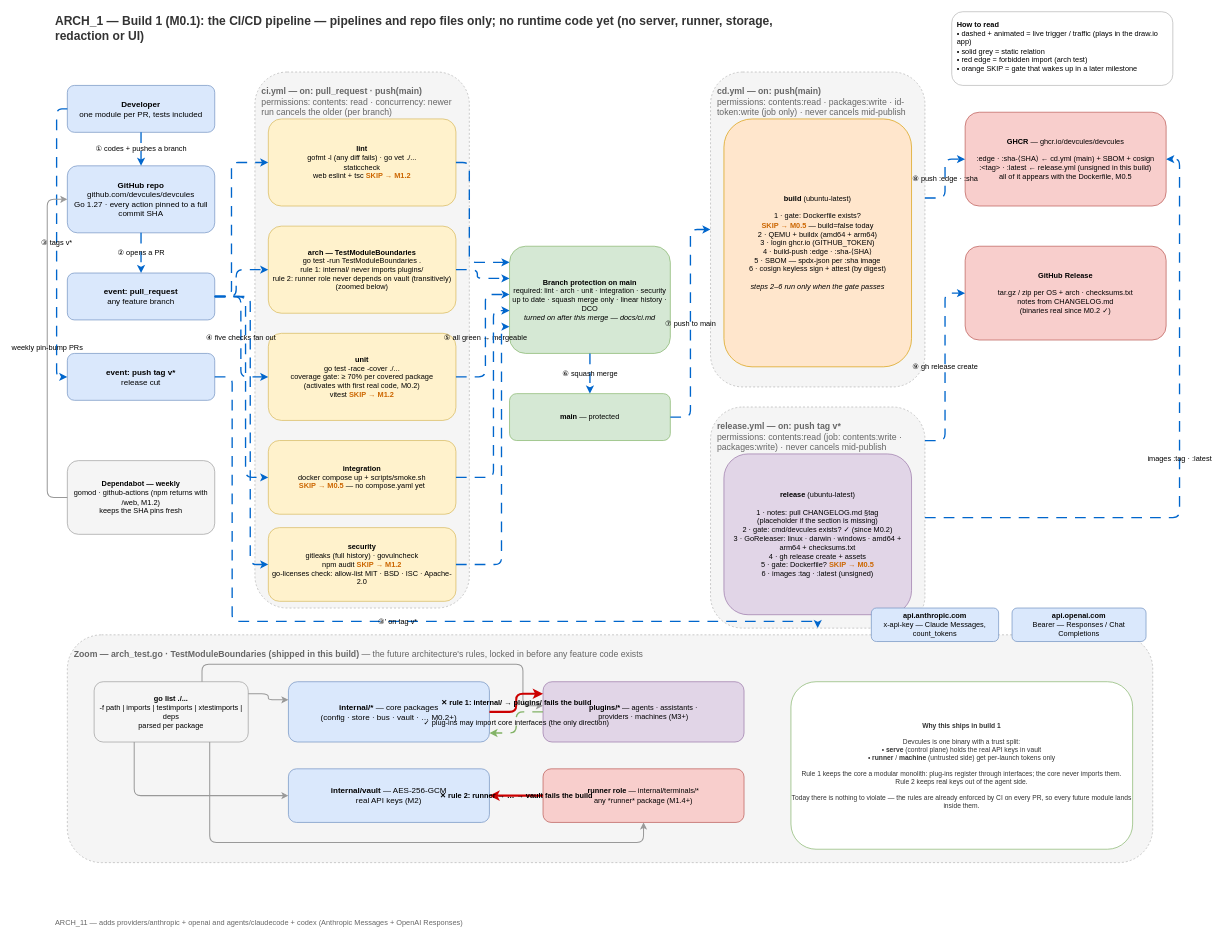
Above: page "Arch_1" (1 of 18) of docs/diagrams/devcules-architecture.drawio in devcules/devcules (draw.io), before the change. Source tidied: cells renumbered, new cells numbered last; positions are measured from the earlier drawing's top-left corner, leaving out a move shared by most shapes. Both pictures are drawn from the tidied source at 67%, with x=0, y=0 at pixel (47, 11).
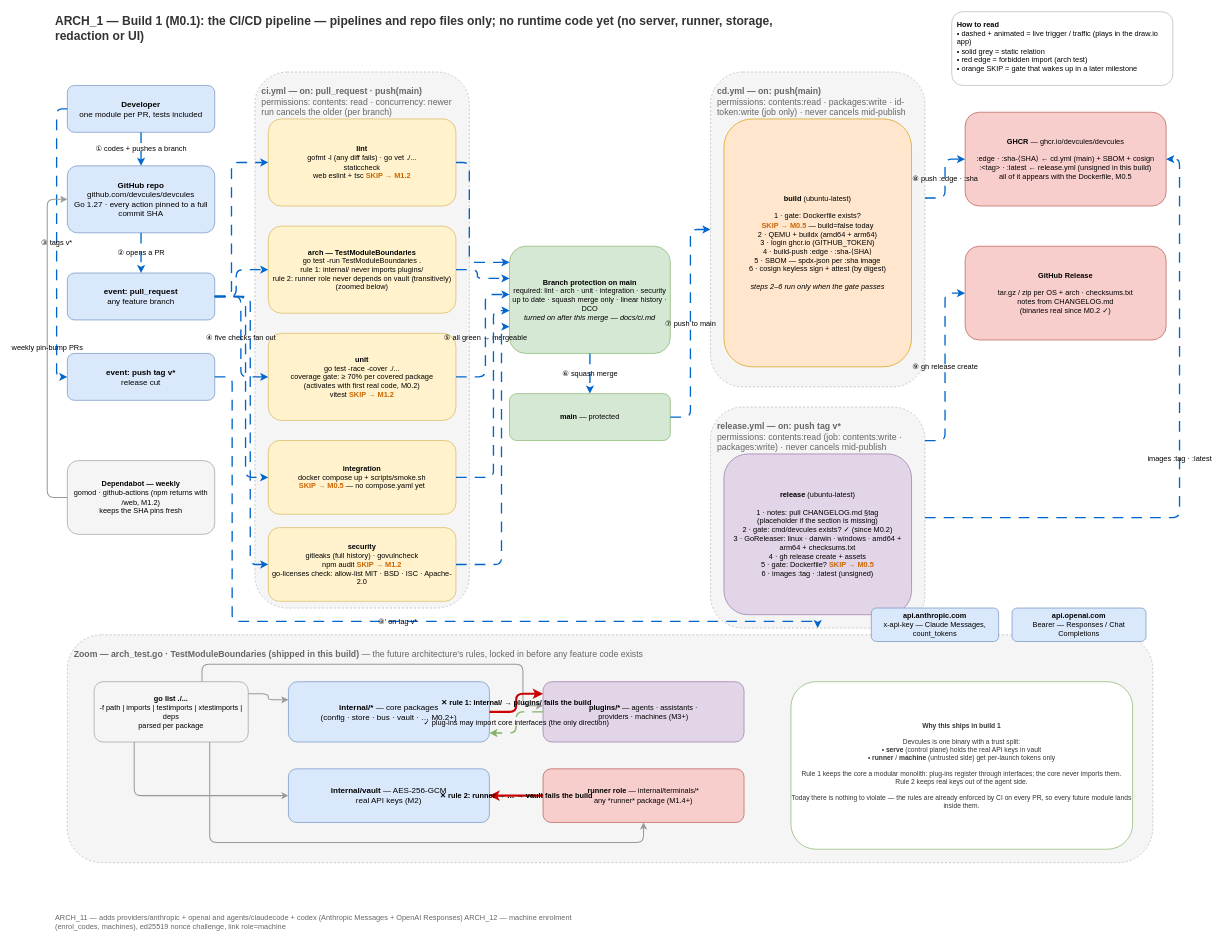
The same diagram, later.

What changed in the source:
```diff
@@
-    <mxCell id="59" value="ARCH_11 — adds providers/anthropic + openai and agents/claudecode + codex (Anthropic Messages + OpenAI Responses)" style="text;html=1;strokeColor=none;fillColor=none;align=left;verticalAlign=middle;whiteSpace=wrap;fontSize=11;fontColor=#666666;" parent="1" vertex="1">
+    <mxCell id="59" value="ARCH_11 — adds providers/anthropic + openai and agents/claudecode + codex (Anthropic Messages + OpenAI Responses) ARCH_12 — machine enrolment (enrol_codes, machines), ed25519 nonce challenge, link role=machine" style="text;html=1;strokeColor=none;fillColor=none;align=left;verticalAlign=middle;whiteSpace=wrap;fontSize=11;fontColor=#666666;" parent="1" vertex="1">
       <mxGeometry x="10" y="1350" width="820" height="18" as="geometry" />
     </mxCell>
```
